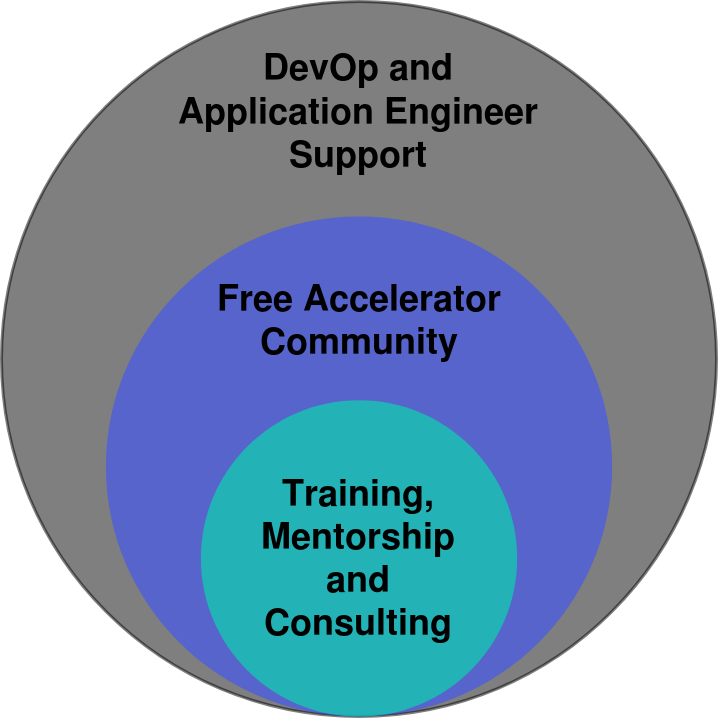
Before: content/en/protontypes_sections.png, a diagram exported from draw.io (protontypes/protonpage). Source tidied: cells renumbered, new cells last; positions are measured from the earlier drawing's top-left corner, leaving out a move shared by most shapes. Source of this version:
```xml
<mxGraphModel background="#ffffff">
  <root>
    <mxCell id="0" />
    <mxCell id="1" parent="0" />
    <mxCell id="2" style="ellipse;fillColor=#000000;opacity=50;strokeColor=#000000;html=1;fontColor=#FFFFFF;strokeWidth=3;perimeterSpacing=1;" parent="1" vertex="1">
      <mxGeometry width="715" height="715" as="geometry" />
    </mxCell>
    <mxCell id="3" style="ellipse;fillColor=#3B52FF;opacity=60;strokeColor=none;html=1;fontColor=#FFFFFF;" parent="1" vertex="1">
      <mxGeometry x="104.4" y="215" width="506.2" height="500" as="geometry" />
    </mxCell>
    <mxCell id="4" style="ellipse;fillColor=#00E6A7;opacity=60;strokeColor=none;html=1;fontColor=#FFFFFF;" parent="1" vertex="1">
      <mxGeometry x="199.4" y="398.8" width="316.2" height="316.2" as="geometry" />
    </mxCell>
    <mxCell id="5" value="&lt;h1&gt;&lt;font style=&quot;font-size: 36px&quot;&gt;Training, Mentorship and Consulting&lt;/font&gt;&lt;br&gt;&lt;/h1&gt;" style="text;html=1;strokeColor=none;fillColor=none;align=center;verticalAlign=middle;whiteSpace=wrap;rounded=0;" parent="1" vertex="1">
      <mxGeometry x="226.2" y="411.9" width="262.5" height="290" as="geometry" />
    </mxCell>
    <mxCell id="6" value="&lt;h1&gt;&lt;font style=&quot;font-size: 36px&quot;&gt;Free Accelerator Community&lt;/font&gt;&lt;/h1&gt;" style="text;html=1;strokeColor=none;fillColor=none;align=center;verticalAlign=middle;whiteSpace=wrap;rounded=0;" parent="1" vertex="1">
      <mxGeometry x="187.5" y="234" width="340" height="170" as="geometry" />
    </mxCell>
    <mxCell id="7" value="&lt;h1&gt;&lt;font style=&quot;font-size: 36px&quot;&gt;DevOp and Application Engineer Support&lt;/font&gt;&lt;/h1&gt;" style="text;html=1;strokeColor=none;fillColor=none;align=center;verticalAlign=middle;whiteSpace=wrap;rounded=0;" parent="1" vertex="1">
      <mxGeometry x="161.3" y="45" width="392.5" height="130" as="geometry" />
    </mxCell>
  </root>
</mxGraphModel>
```
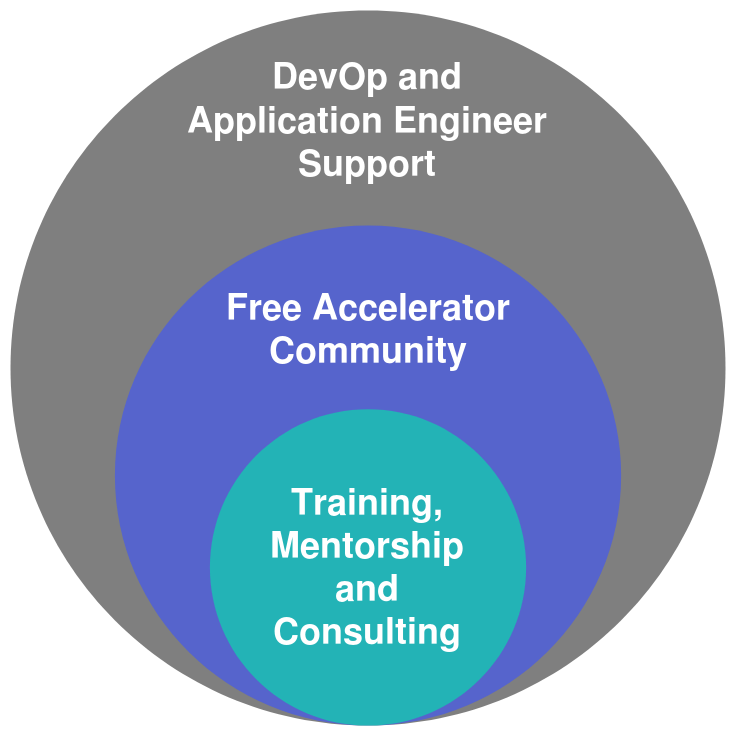
After the commit.

The edit, as a diff of the source:
```diff
@@ -1,23 +1,23 @@
-<mxGraphModel background="#ffffff">
+<mxGraphModel>
   <root>
     <mxCell id="0" />
     <mxCell id="1" parent="0" />
-    <mxCell id="2" style="ellipse;fillColor=#000000;opacity=50;strokeColor=#000000;html=1;fontColor=#FFFFFF;strokeWidth=3;perimeterSpacing=1;" parent="1" vertex="1">
-      <mxGeometry width="715" height="715" as="geometry" />
-    </mxCell>
+    <mxCell id="8" style="ellipse;fillColor=#000000;opacity=50;strokeColor=none;html=1;fontColor=#FFFFFF;strokeWidth=20;perimeterSpacing=35;" parent="1" vertex="1">
+      <mxGeometry width="715" height="715" as="geometry" />
+    </mxCell>
     <mxCell id="3" style="ellipse;fillColor=#3B52FF;opacity=60;strokeColor=none;html=1;fontColor=#FFFFFF;" parent="1" vertex="1">
       <mxGeometry x="104.4" y="215" width="506.2" height="500" as="geometry" />
     </mxCell>
     <mxCell id="4" style="ellipse;fillColor=#00E6A7;opacity=60;strokeColor=none;html=1;fontColor=#FFFFFF;" parent="1" vertex="1">
       <mxGeometry x="199.4" y="398.8" width="316.2" height="316.2" as="geometry" />
     </mxCell>
-    <mxCell id="5" value="&lt;h1&gt;&lt;font style=&quot;font-size: 36px&quot;&gt;Training, Mentorship and Consulting&lt;/font&gt;&lt;br&gt;&lt;/h1&gt;" style="text;html=1;strokeColor=none;fillColor=none;align=center;verticalAlign=middle;whiteSpace=wrap;rounded=0;" parent="1" vertex="1">
+    <mxCell id="5" value="&lt;h1&gt;&lt;font style=&quot;font-size: 36px&quot;&gt;Training, Mentorship and Consulting&lt;/font&gt;&lt;br&gt;&lt;/h1&gt;" style="text;html=1;strokeColor=none;fillColor=none;align=center;verticalAlign=middle;whiteSpace=wrap;rounded=0;fontColor=#FFFFFF;" parent="1" vertex="1">
       <mxGeometry x="226.2" y="411.9" width="262.5" height="290" as="geometry" />
     </mxCell>
-    <mxCell id="6" value="&lt;h1&gt;&lt;font style=&quot;font-size: 36px&quot;&gt;Free Accelerator Community&lt;/font&gt;&lt;/h1&gt;" style="text;html=1;strokeColor=none;fillColor=none;align=center;verticalAlign=middle;whiteSpace=wrap;rounded=0;" parent="1" vertex="1">
+    <mxCell id="6" value="&lt;h1&gt;&lt;font style=&quot;font-size: 36px&quot;&gt;Free Accelerator Community&lt;/font&gt;&lt;/h1&gt;" style="text;html=1;strokeColor=none;fillColor=none;align=center;verticalAlign=middle;whiteSpace=wrap;rounded=0;fontColor=#FFFFFF;" parent="1" vertex="1">
       <mxGeometry x="187.5" y="234" width="340" height="170" as="geometry" />
     </mxCell>
-    <mxCell id="7" value="&lt;h1&gt;&lt;font style=&quot;font-size: 36px&quot;&gt;DevOp and Application Engineer Support&lt;/font&gt;&lt;/h1&gt;" style="text;html=1;strokeColor=none;fillColor=none;align=center;verticalAlign=middle;whiteSpace=wrap;rounded=0;" parent="1" vertex="1">
+    <mxCell id="7" value="&lt;h1&gt;&lt;font style=&quot;font-size: 36px&quot;&gt;DevOp and Application Engineer Support&lt;/font&gt;&lt;/h1&gt;" style="text;html=1;strokeColor=none;fillColor=none;align=center;verticalAlign=middle;whiteSpace=wrap;rounded=0;fontColor=#FFFFFF;" parent="1" vertex="1">
       <mxGeometry x="161.3" y="45" width="392.5" height="130" as="geometry" />
     </mxCell>
   </root>
```
